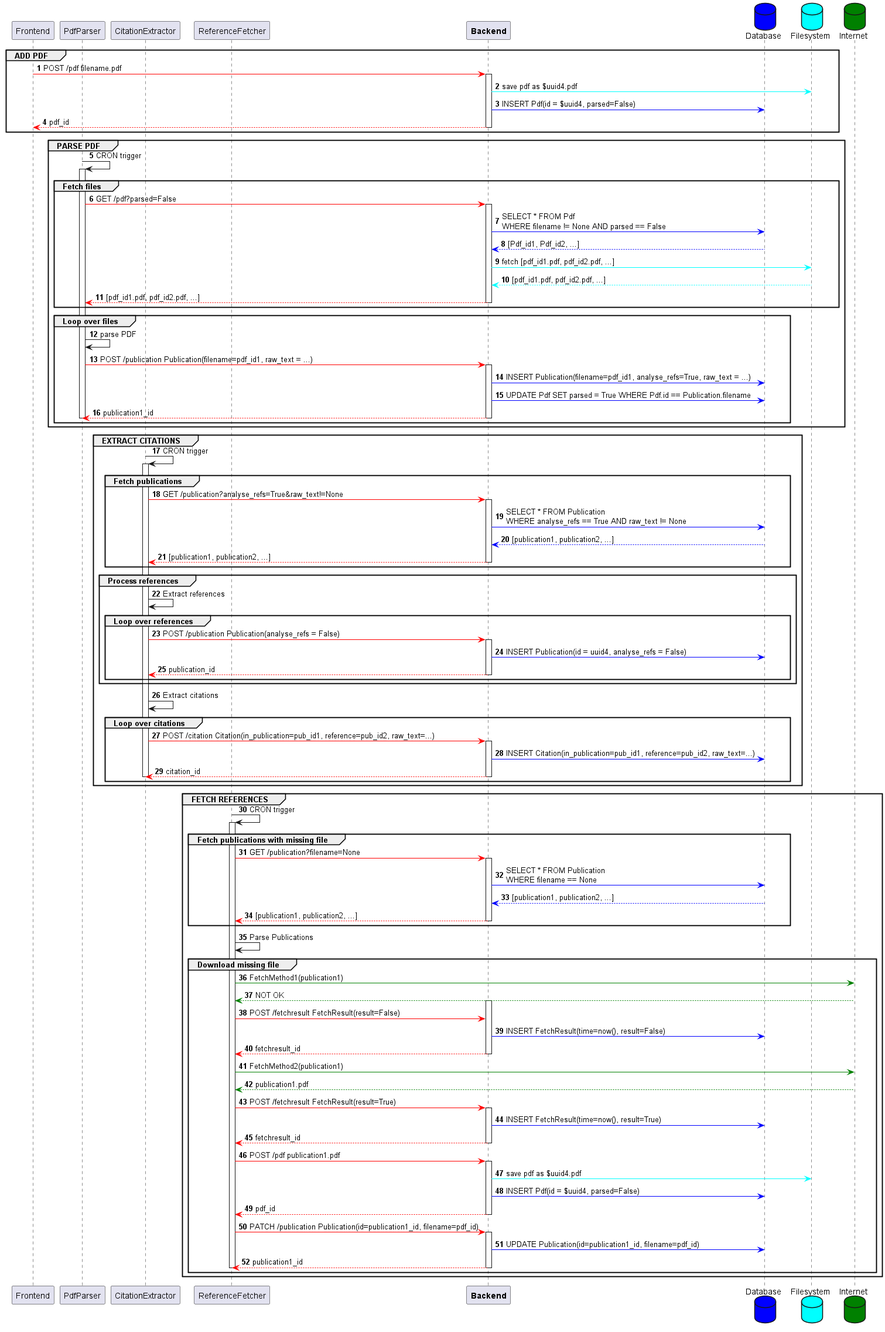
Earlier version of the PlantUML export docs/process flow with cron.png (ouspg/refhandler).
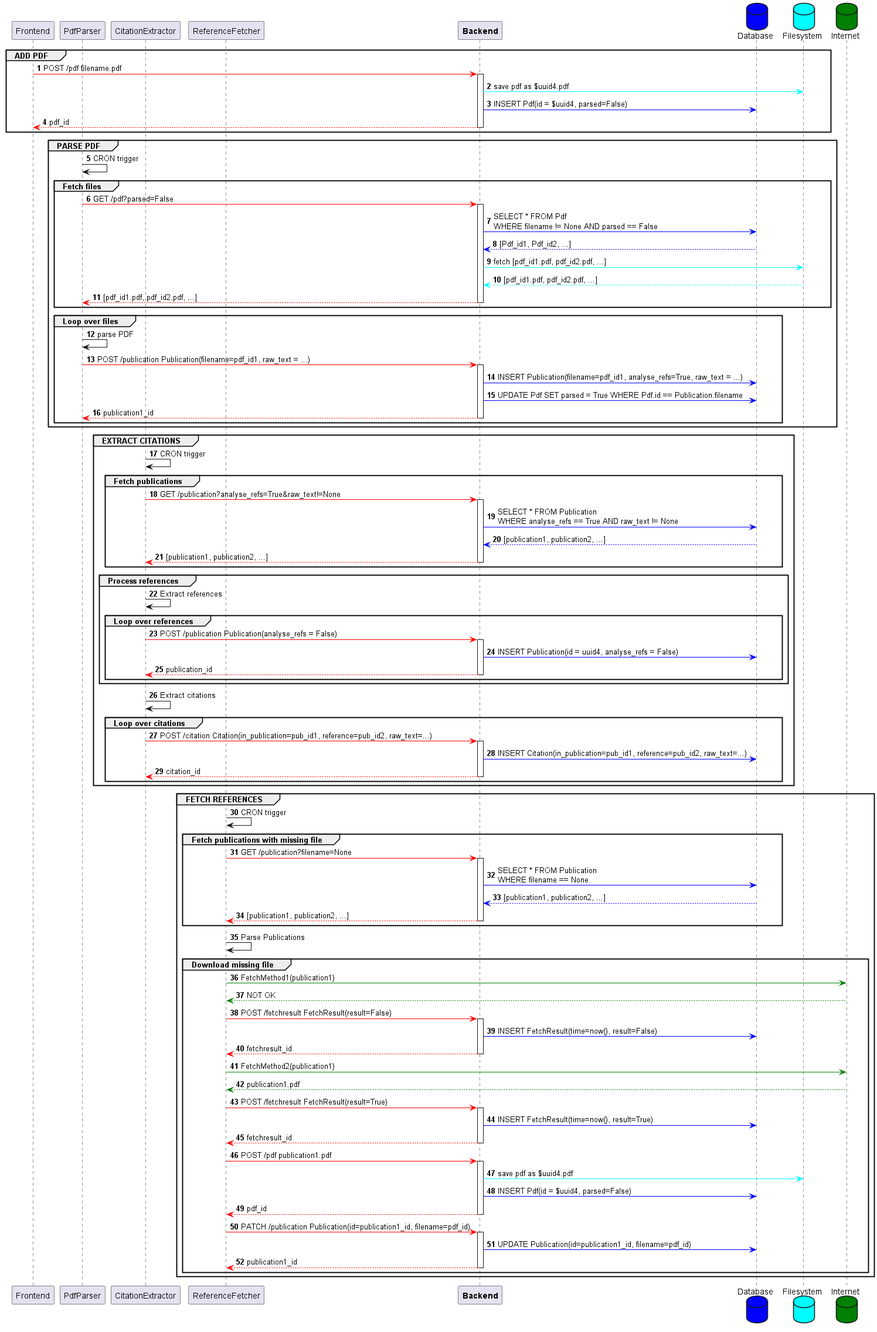
After the commit.

Change to the diagram source:
```diff
@@ -18,13 +18,11 @@
 activate b
 b -[#Cyan]> fs: save pdf as $uuid4.pdf
 b -[#Blue]> db: INSERT Pdf(id = $uuid4, parsed=False)
-b --[#Red]> f: pdf_id
-deactivate b
+return pdf_id
 end
 
 group PARSE PDF
 pdfp -> pdfp: CRON trigger
-activate pdfp
 group Fetch files
 pdfp -[#Red]> b: GET /pdf?parsed=False
 activate b
@@ -32,8 +30,7 @@
 db --[#Blue]> b: [Pdf_id1, Pdf_id2, ...]
 b -[#Cyan]> fs: fetch [pdf_id1.pdf, pdf_id2.pdf, ...]
 fs --[#Cyan]> b: [pdf_id1.pdf, pdf_id2.pdf, ...]
-b --[#Red]> pdfp: [pdf_id1.pdf, pdf_id2.pdf, ...]
-deactivate b
+return [pdf_id1.pdf, pdf_id2.pdf, ...]
 end
 
 group Loop over files
@@ -42,24 +39,20 @@
 activate b
 b -[#Blue]> db: INSERT Publication(filename=pdf_id1, analyse_refs=True, raw_text = ...)
 b -[#Blue]> db: UPDATE Pdf SET parsed = True WHERE Pdf.id == Publication.filename
-b --[#Red]> pdfp: publication1_id
-deactivate b
-deactivate pdfp
+return publication1_id
 end
 end
 
 
 group EXTRACT CITATIONS
 ce -> ce: CRON trigger
-activate ce
 
 group Fetch publications
 ce -[#Red]> b: GET /publication?analyse_refs=True&raw_text!=None
 activate b
 b -[#Blue]> db: SELECT * FROM Publication \nWHERE analyse_refs == True AND raw_text != None
 db --[#Blue]> b: [publication1, publication2, ...]
-b --[#Red]> ce: [publication1, publication2, ...]
-deactivate b
+return [publication1, publication2, ...]
 end
 
 group Process references
@@ -68,8 +61,7 @@
 ce -[#Red]> b: POST /publication Publication(analyse_refs = False)
 activate b
 b -[#Blue]> db: INSERT Publication(id = uuid4, analyse_refs = False)
-b --[#Red]> ce: publication_id
-deactivate b
+return publication_id
 end
 end
 
@@ -78,55 +70,46 @@
 ce -[#Red]> b: POST /citation Citation(in_publication=pub_id1, reference=pub_id2, raw_text=...)
 activate b
 b -[#Blue]> db: INSERT Citation(in_publication=pub_id1, reference=pub_id2, raw_text=...)
-b --[#Red]> ce: citation_id
-deactivate b
-deactivate ce
+return citation_id
 end
 end
 
 group FETCH REFERENCES
 rf -> rf: CRON trigger
-activate rf
 group Fetch publications with missing file
 rf -[#Red]> b: GET /publication?filename=None
 activate b
 b -[#Blue]> db: SELECT * FROM Publication \nWHERE filename == None
 db --[#Blue]> b: [publication1, publication2, ...]
-b --[#Red]> rf: [publication1, publication2, ...]
-deactivate b
+return [publication1, publication2, ...]
 end
+
 rf -> rf: Parse Publications
-
 group Download missing file
 rf -[#Green]> internet: FetchMethod1(publication1)
-internet --[#Green]> rf: NOT OK
+return NOT OK
+rf -[#Red]> b: POST /fetchresult FetchResult(result=False)
 activate b
-rf -[#Red]> b: POST /fetchresult FetchResult(result=False)
 b -[#Blue]> db: INSERT FetchResult(time=now(), result=False)
-b --[#Red]> rf: fetchresult_id
-deactivate b
+return fetchresult_id
 
 rf -[#Green]> internet: FetchMethod2(publication1)
-internet --[#Green]> rf: publication1.pdf
+return publication1.pdf
 rf -[#Red]> b: POST /fetchresult FetchResult(result=True)
 activate b
 b -[#Blue]> db: INSERT FetchResult(time=now(), result=True)
-b --[#Red]> rf: fetchresult_id
-deactivate b
+return fetchresult_id
 
 rf -[#Red]> b: POST /pdf publication1.pdf
 activate b
 b -[#Cyan]> fs: save pdf as $uuid4.pdf
 b -[#Blue]> db: INSERT Pdf(id = $uuid4, parsed=False)
-b --[#Red]> rf: pdf_id
-deactivate b
+return pdf_id
 
 rf -[#Red]> b: PATCH /publication Publication(id=publication1_id, filename=pdf_id)
 activate b
 b -[#Blue]> db: UPDATE Publication(id=publication1_id, filename=pdf_id)
-b --[#Red]> rf: publication1_id
-deactivate b
-deactivate rf
+return publication1_id
 end
 end
 
```
